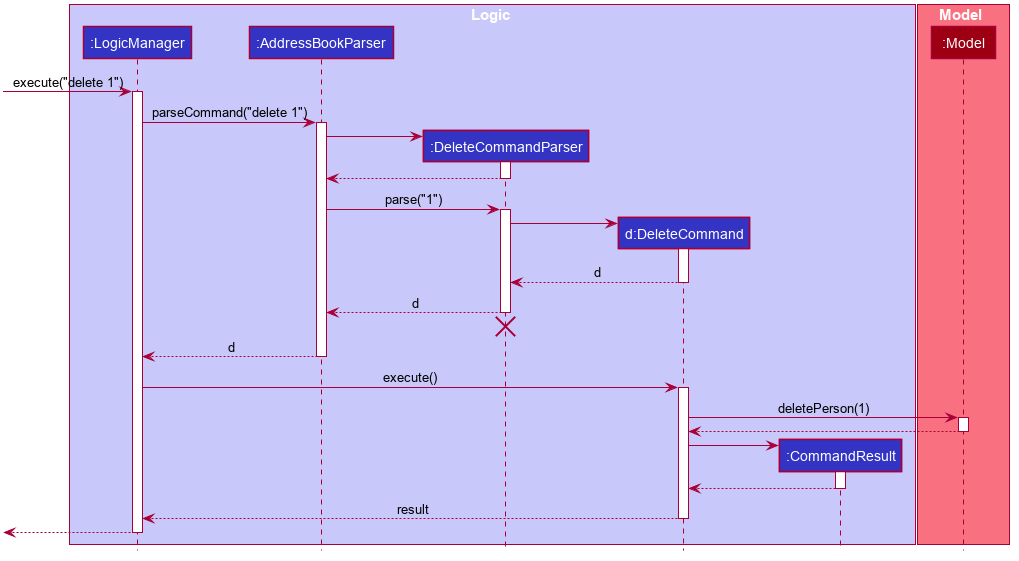
Above: docs/images/DeleteSequenceDiagram.png in nus-cs2103-AY2223S2/tp (PlantUML), before the change.
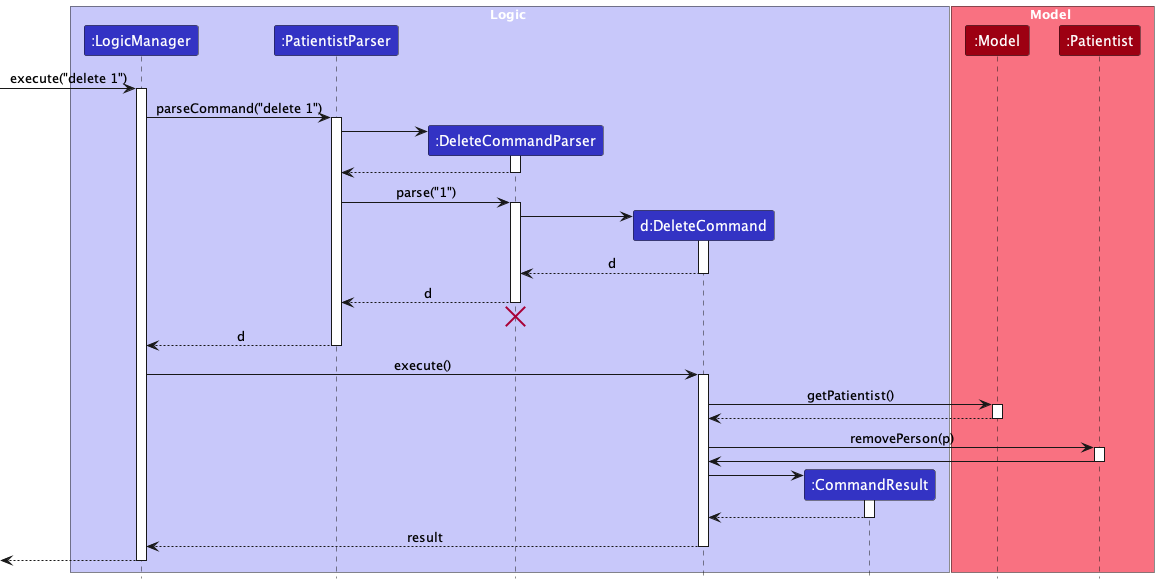
After the commit.

Change to the diagram source:
```diff
@@ -1,79 +1,34 @@
 @startuml
+!include style.puml
 
-
-
-
-
-
-
-
-skinparam BackgroundColor #FFFFFFF
-
-skinparam Shadowing false
-
-skinparam Class {
-    FontColor #FFFFFF
-    BorderThickness 1
-    BorderColor #FFFFFF
-    StereotypeFontColor #FFFFFF
-    FontName Arial
-}
-
-skinparam Actor {
-    BorderColor #000000
-    Color #000000
-    FontName Arial
-}
-
-skinparam Sequence {
-    MessageAlign center
-    BoxFontSize 15
-    BoxPadding 0
-    BoxFontColor #FFFFFF
-    FontName Arial
-}
-
-skinparam Participant {
-    FontColor #FFFFFFF
-    Padding 20
-}
-
-skinparam MinClassWidth 50
-skinparam ParticipantPadding 10
-skinparam Shadowing false
-skinparam DefaultTextAlignment center
-skinparam packageStyle Rectangle
-
-hide footbox
-hide members
-hide circle
-
-box Logic #C8C8FA
-participant ":LogicManager" as LogicManager #3333C4
-participant ":AddressBookParser" as AddressBookParser #3333C4
-participant ":DeleteCommandParser" as DeleteCommandParser #3333C4
-participant "d:DeleteCommand" as DeleteCommand #3333C4
-participant ":CommandResult" as CommandResult #3333C4
+box Logic LOGIC_COLOR_T1
+participant ":LogicManager" as LogicManager LOGIC_COLOR
+participant ":PatientistParser" as PatientistParser LOGIC_COLOR
+participant ":DeleteCommandParser" as DeleteCommandParser LOGIC_COLOR
+participant "d:DeleteCommand" as DeleteCommand LOGIC_COLOR
+participant ":CommandResult" as CommandResult LOGIC_COLOR
 end box
 
-box Model #F97181
-participant ":Model" as Model #9D0012
+box Model MODEL_COLOR_T1
+participant ":Model" as Model MODEL_COLOR
+participant ":Patientist" as Patientist MODEL_COLOR
+
 end box
 
 [-> LogicManager : execute("delete 1")
 activate LogicManager
 
-LogicManager -> AddressBookParser : parseCommand("delete 1")
-activate AddressBookParser
+LogicManager -> PatientistParser : parseCommand("delete 1")
+activate PatientistParser
 
 create DeleteCommandParser
-AddressBookParser -> DeleteCommandParser
+PatientistParser -> DeleteCommandParser
 activate DeleteCommandParser
 
-DeleteCommandParser --> AddressBookParser
+DeleteCommandParser --> PatientistParser
 deactivate DeleteCommandParser
 
-AddressBookParser -> DeleteCommandParser : parse("1")
+PatientistParser -> DeleteCommandParser : parse("1")
 activate DeleteCommandParser
 
 create DeleteCommand
@@ -83,22 +38,28 @@
 DeleteCommand --> DeleteCommandParser : d
 deactivate DeleteCommand
 
-DeleteCommandParser --> AddressBookParser : d
+DeleteCommandParser --> PatientistParser : d
 deactivate DeleteCommandParser
-DeleteCommandParser -[hidden]-> AddressBookParser
+DeleteCommandParser -[hidden]-> PatientistParser
 destroy DeleteCommandParser
 
-AddressBookParser --> LogicManager : d
-deactivate AddressBookParser
+PatientistParser --> LogicManager : d
+deactivate PatientistParser
 
 LogicManager -> DeleteCommand : execute()
 activate DeleteCommand
 
-DeleteCommand -> Model : deletePerson(1)
+DeleteCommand -> Model : getPatientist()
 activate Model
 
 Model --> DeleteCommand
 deactivate Model
+
+DeleteCommand -> Patientist : removePerson(p)
+activate Patientist
+
+Patientist -> DeleteCommand
+deactivate Patientist
 
 create CommandResult
 DeleteCommand -> CommandResult
```
